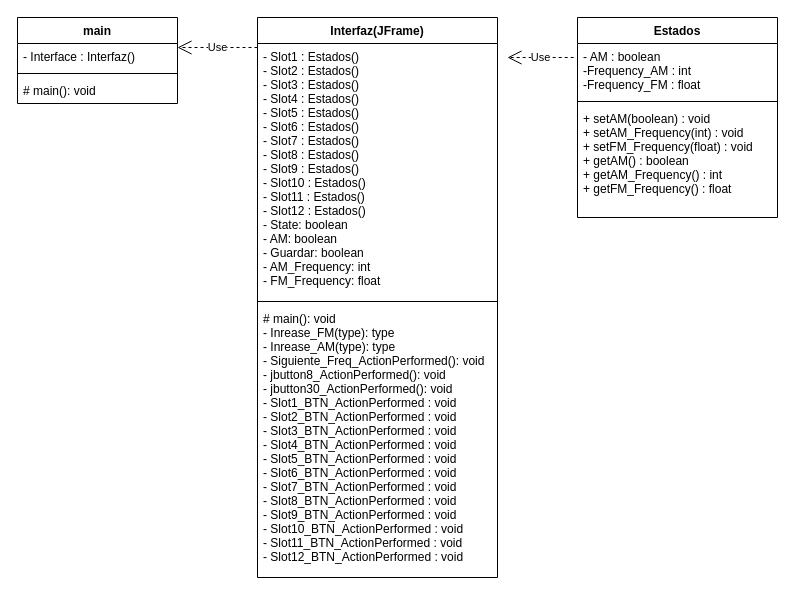
Before: UML.drawio in AleMar21430/Examen_OOP_ALM21430, a draw.io diagram. Source tidied: cells renumbered, new cells numbered last; positions are measured from the earlier drawing's top-left corner, leaving out a move shared by most shapes. Both pictures are drawn from the tidied source at 100%, with x=0, y=0 at pixel (17, 17).
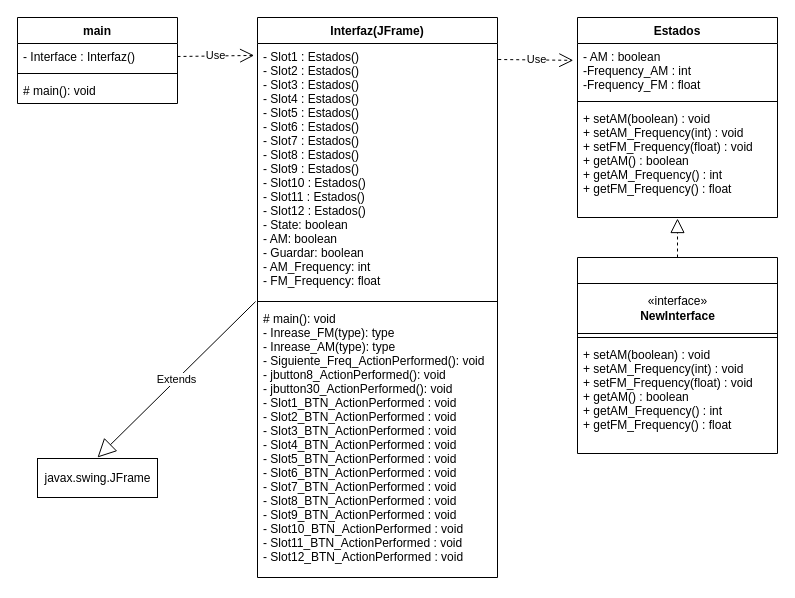
The same page after the edit.

Unchanged cells that the change refers to:
```xml
<mxCell id="3" value="- Interface : Interfaz()" style="text;strokeColor=none;fillColor=none;align=left;verticalAlign=top;spacingLeft=4;spacingRight=4;overflow=hidden;points=[[0,0.5],[1,0.5]];portConstraint=eastwest;" parent="2" vertex="1">
  <mxGeometry y="26" width="160" height="26" as="geometry" />
</mxCell>
<mxCell id="7" value="- Slot1 : Estados()&#10;- Slot2 : Estados()&#10;- Slot3 : Estados()&#10;- Slot4 : Estados()&#10;- Slot5 : Estados()&#10;- Slot6 : Estados()&#10;- Slot7 : Estados()&#10;- Slot8 : Estados()&#10;- Slot9 : Estados()&#10;- Slot10 : Estados()&#10;- Slot11 : Estados()&#10;- Slot12 : Estados()&#10;- State: boolean&#10;- AM: boolean&#10;- Guardar: boolean&#10;- AM_Frequency: int&#10;- FM_Frequency: float" style="text;strokeColor=none;fillColor=none;align=left;verticalAlign=top;spacingLeft=4;spacingRight=4;overflow=hidden;points=[[0,0.5],[1,0.5]];portConstraint=eastwest;" parent="6" vertex="1">
  <mxGeometry y="26" width="240" height="254" as="geometry" />
</mxCell>
<mxCell id="11" value="- AM : boolean&#10;-Frequency_AM : int&#10;-Frequency_FM : float" style="text;strokeColor=none;fillColor=none;align=left;verticalAlign=top;spacingLeft=4;spacingRight=4;overflow=hidden;points=[[0,0.5],[1,0.5]];portConstraint=eastwest;" parent="10" vertex="1">
  <mxGeometry y="26" width="200" height="54" as="geometry" />
</mxCell>
<mxCell id="13" value="+ setAM(boolean) : void&#10;+ setAM_Frequency(int) : void&#10;+ setFM_Frequency(float) : void&#10;+ getAM() : boolean&#10;+ getAM_Frequency() : int&#10;+ getFM_Frequency() : float" style="text;strokeColor=none;fillColor=none;align=left;verticalAlign=top;spacingLeft=4;spacingRight=4;overflow=hidden;points=[[0,0.5],[1,0.5]];portConstraint=eastwest;" parent="10" vertex="1">
  <mxGeometry y="88" width="200" height="112" as="geometry" />
</mxCell>
```

What changed in the source:
```diff
@@
-    <mxCell id="14" value="Use" style="endArrow=open;endSize=12;dashed=1;html=1;rounded=0;exitX=-0.019;exitY=0.259;exitDx=0;exitDy=0;exitPerimeter=0;" parent="1" edge="1" source="11">
-      <mxGeometry relative="1" as="geometry">
-        <mxPoint x="490" y="40" as="targetPoint" />
-      </mxGeometry>
+    <mxCell id="14" value="Use" style="endArrow=open;endSize=12;dashed=1;html=1;rounded=0;exitX=1.003;exitY=0.063;exitDx=0;exitDy=0;exitPerimeter=0;entryX=-0.021;entryY=0.312;entryDx=0;entryDy=0;entryPerimeter=0;" parent="1" edge="1" source="7" target="11">
+      <mxGeometry relative="1" as="geometry" />
     </mxCell>
-    <mxCell id="15" value="Use" style="endArrow=open;endSize=12;dashed=1;html=1;rounded=0;" parent="1" edge="1">
-      <mxGeometry relative="1" as="geometry">
-        <mxPoint x="240" y="30" as="sourcePoint" />
-        <mxPoint x="160" y="30" as="targetPoint" />
-      </mxGeometry>
+    <mxCell id="15" value="Use" style="endArrow=open;endSize=12;dashed=1;html=1;rounded=0;exitX=1;exitY=0.5;exitDx=0;exitDy=0;entryX=-0.014;entryY=0.047;entryDx=0;entryDy=0;entryPerimeter=0;" parent="1" edge="1" source="3" target="7">
+      <mxGeometry relative="1" as="geometry" />
     </mxCell>
+    <mxCell id="16" style="swimlane;fontStyle=1;align=center;verticalAlign=top;horizontal=1;startSize=26;" parent="1" vertex="1">
+      <mxGeometry x="560" y="240" width="200" height="196" as="geometry" />
+    </mxCell>
+    <mxCell id="17" value="«interface»&lt;br&gt;&lt;b&gt;NewInterface&lt;/b&gt;" style="html=1;" parent="16" vertex="1">
+      <mxGeometry y="26" width="200" height="50" as="geometry" />
+    </mxCell>
+    <mxCell id="18" style="line;strokeWidth=1;fillColor=none;align=left;verticalAlign=middle;spacingTop=-1;spacingLeft=3;spacingRight=3;labelPosition=right;strokeColor=inherit;" parent="16" vertex="1">
+      <mxGeometry y="76" width="200" height="8" as="geometry" />
+    </mxCell>
+    <mxCell id="19" value="+ setAM(boolean) : void&#10;+ setAM_Frequency(int) : void&#10;+ setFM_Frequency(float) : void&#10;+ getAM() : boolean&#10;+ getAM_Frequency() : int&#10;+ getFM_Frequency() : float" style="text;strokeColor=none;fillColor=none;align=left;verticalAlign=top;spacingLeft=4;spacingRight=4;overflow=hidden;" parent="16" vertex="1">
+      <mxGeometry y="84" width="200" height="112" as="geometry" />
+    </mxCell>
+    <mxCell id="20" style="endArrow=block;dashed=1;endFill=0;endSize=12;html=1;rounded=0;entryX=0.5;entryY=1.009;entryDx=0;entryDy=0;entryPerimeter=0;exitX=0.5;exitY=0;exitDx=0;exitDy=0;" parent="1" edge="1" source="16" target="13">
+      <mxGeometry relative="1" as="geometry" />
+    </mxCell>
+    <mxCell id="21" value="Extends" style="endArrow=block;endSize=16;endFill=0;html=1;rounded=0;exitX=-0.008;exitY=1.016;exitDx=0;exitDy=0;exitPerimeter=0;" parent="1" edge="1" source="7">
+      <mxGeometry relative="1" as="geometry">
+        <mxPoint x="80" y="440" as="targetPoint" />
+      </mxGeometry>
+    </mxCell>
+    <mxCell id="22" value="javax.swing.JFrame" style="html=1;" parent="1" vertex="1">
+      <mxGeometry x="20" y="441" width="120" height="39" as="geometry" />
+    </mxCell>
```
